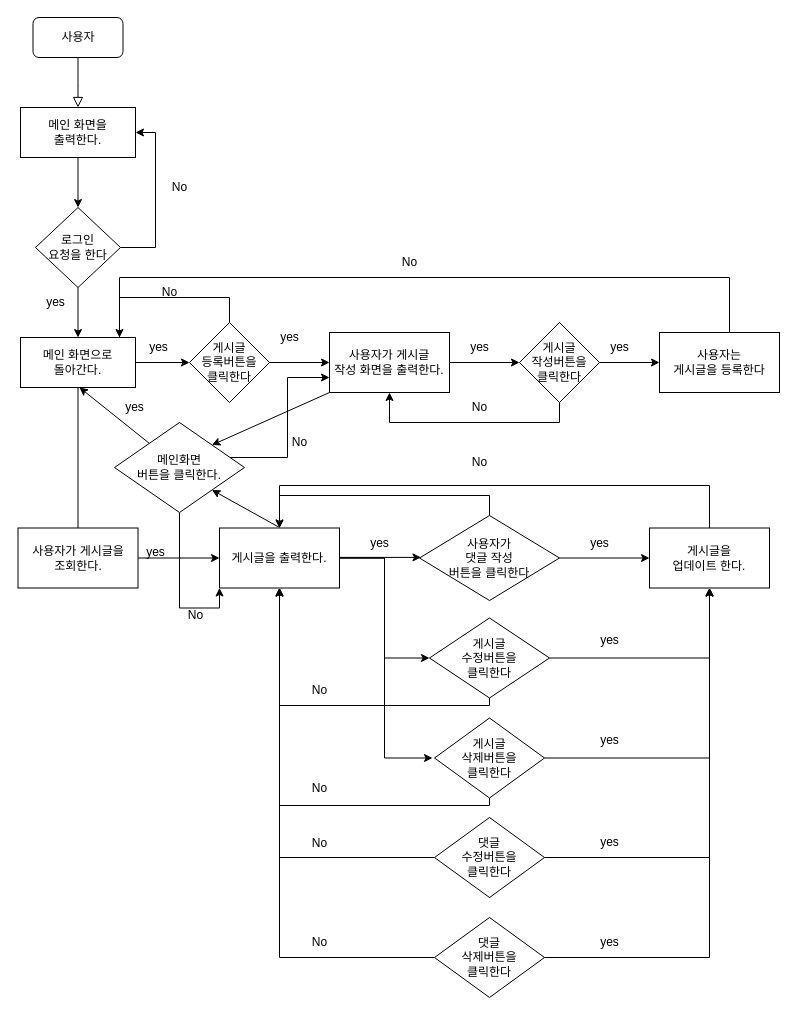
Earlier version of the draw.io diagram specifications/codeReview순서도.drawio (jijongkwon/softwareEngineering). Source tidied: cells renumbered, new cells numbered last; positions are measured from the earlier drawing's top-left corner, leaving out a move shared by most shapes. Both pictures are drawn from the tidied source at 100%, with x=0, y=0 at pixel (17, 17).
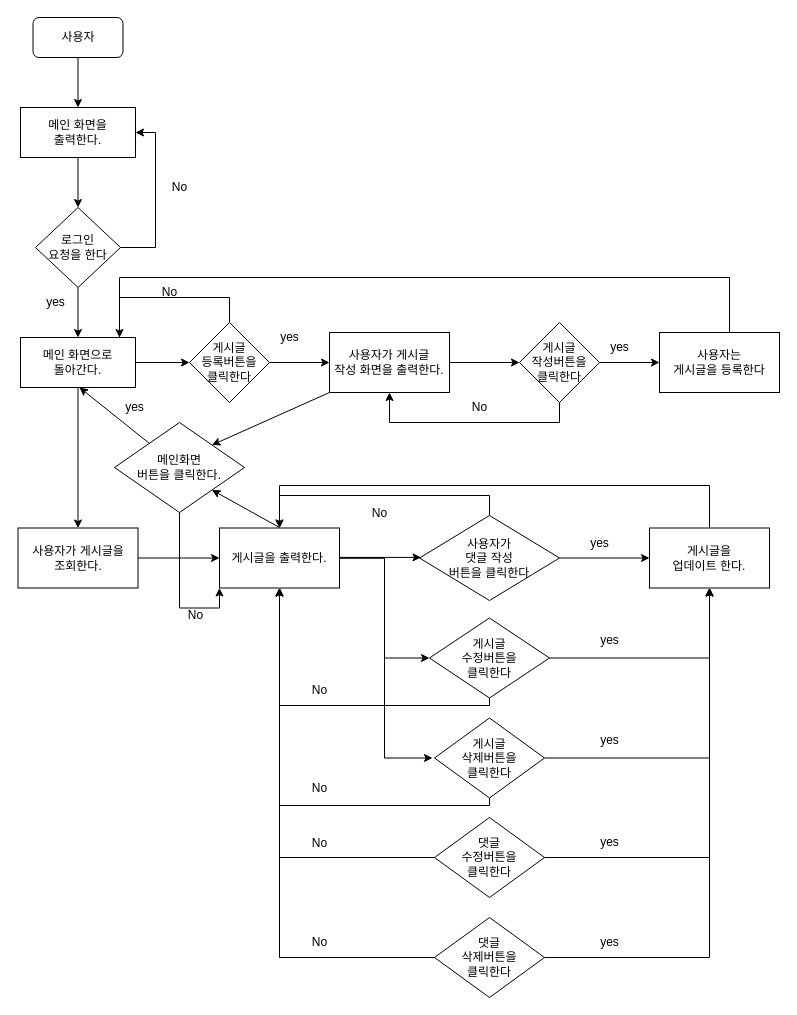
The same page after the edit.

Commit message:
codeReview순서도.drawio 업데이트

Unchanged cells that the change refers to:
```xml
<mxCell id="3" value="사용자" style="rounded=1;whiteSpace=wrap;html=1;fontSize=12;glass=0;strokeWidth=1;shadow=0;" parent="1" vertex="1">
  <mxGeometry x="15.5" width="90" height="40" as="geometry" />
</mxCell>
<mxCell id="6" value="메인 화면을&lt;br&gt;출력한다." style="rounded=0;whiteSpace=wrap;html=1;" parent="1" vertex="1">
  <mxGeometry x="3" y="90" width="115" height="50" as="geometry" />
</mxCell>
<mxCell id="11" value="메인 화면으로&lt;br&gt;돌아간다." style="rounded=0;whiteSpace=wrap;html=1;" parent="1" vertex="1">
  <mxGeometry x="3" y="320" width="115" height="50" as="geometry" />
</mxCell>
<mxCell id="16" value="사용자가 게시글&lt;br&gt;작성 화면을 출력한다." style="rounded=0;whiteSpace=wrap;html=1;" parent="1" vertex="1">
  <mxGeometry x="312" y="315" width="120" height="60" as="geometry" />
</mxCell>
<mxCell id="18" value="사용자가 게시글을&lt;br&gt;조회한다." style="rounded=0;whiteSpace=wrap;html=1;" parent="1" vertex="1">
  <mxGeometry x="0.5" y="510.5" width="120" height="60" as="geometry" />
</mxCell>
<mxCell id="61" value="&lt;font style=&quot;font-size: 12px;&quot;&gt;메인화면&lt;br style=&quot;font-size: 12px;&quot;&gt;버튼을 클릭한다.&lt;/font&gt;" style="rhombus;whiteSpace=wrap;html=1;labelBackgroundColor=none;fontSize=12;" parent="1" vertex="1">
  <mxGeometry x="97" y="405" width="130" height="90" as="geometry" />
</mxCell>
```

The edit, as a diff of the source:
```diff
@@
-    <mxCell id="2" style="rounded=0;html=1;jettySize=auto;fontSize=11;endArrow=block;endFill=0;endSize=8;strokeWidth=1;shadow=0;labelBackgroundColor=none;edgeStyle=orthogonalEdgeStyle;" parent="1" edge="1" source="3">
-      <mxGeometry relative="1" as="geometry">
-        <mxPoint x="60.5" y="90" as="targetPoint" />
-      </mxGeometry>
-    </mxCell>
+    <mxCell id="75" style="edgeStyle=orthogonalEdgeStyle;rounded=0;jettySize=auto;html=1;" parent="1" edge="1" source="3" target="6">
+      <mxGeometry relative="1" as="geometry" />
+    </mxCell>
@@
-    <mxCell id="10" style="edgeStyle=none;rounded=0;jettySize=auto;html=1;fontSize=18;startArrow=none;startFill=0;endArrow=none;endFill=0;" parent="1" edge="1" source="11" target="18">
+    <mxCell id="10" style="edgeStyle=none;rounded=0;jettySize=auto;html=1;fontSize=18;startArrow=none;startFill=0;endArrow=classic;endFill=1;" parent="1" edge="1" source="11" target="18">
       <mxGeometry relative="1" as="geometry" />
     </mxCell>
@@
-    <mxCell id="43" value="yes" style="text;html=1;align=center;verticalAlign=middle;strokeColor=none;fillColor=none;" parent="1" vertex="1">
-      <mxGeometry x="120.5" y="315" width="40" height="30" as="geometry" />
-    </mxCell>
@@
-    <mxCell id="45" value="yes" style="text;html=1;align=center;verticalAlign=middle;strokeColor=none;fillColor=none;" parent="1" vertex="1">
-      <mxGeometry x="442" y="315" width="40" height="30" as="geometry" />
-    </mxCell>
@@
-    <mxCell id="47" value="yes" style="text;html=1;align=center;verticalAlign=middle;strokeColor=none;fillColor=none;" parent="1" vertex="1">
-      <mxGeometry x="342" y="510.5" width="40" height="30" as="geometry" />
-    </mxCell>
@@
-    <mxCell id="50" value="yes" style="text;html=1;align=center;verticalAlign=middle;strokeColor=none;fillColor=none;" parent="1" vertex="1">
-      <mxGeometry x="118" y="520" width="40" height="30" as="geometry" />
-    </mxCell>
@@
-    <mxCell id="52" value="No" style="text;html=1;align=center;verticalAlign=middle;strokeColor=none;fillColor=none;" parent="1" vertex="1">
-      <mxGeometry x="372" y="230" width="40" height="30" as="geometry" />
-    </mxCell>
@@
-    <mxCell id="55" value="No" style="text;html=1;align=center;verticalAlign=middle;strokeColor=none;fillColor=none;" parent="1" vertex="1">
-      <mxGeometry x="442" y="430" width="40" height="30" as="geometry" />
-    </mxCell>
@@
-    <mxCell id="59" style="edgeStyle=orthogonalEdgeStyle;rounded=0;jettySize=auto;html=1;fontSize=12;startArrow=none;startFill=0;endArrow=classic;endFill=1;entryX=0;entryY=0.75;entryDx=0;entryDy=0;" parent="1" edge="1" source="61" target="16">
-      <mxGeometry relative="1" as="geometry">
-        <Array as="points">
-          <mxPoint x="270" y="440" />
-          <mxPoint x="270" y="360" />
-        </Array>
-      </mxGeometry>
-    </mxCell>
@@
-    <mxCell id="64" value="No" style="text;html=1;align=center;verticalAlign=middle;strokeColor=none;fillColor=none;" parent="1" vertex="1">
-      <mxGeometry x="262" y="410" width="40" height="30" as="geometry" />
-    </mxCell>
@@
+    <mxCell id="76" value="No" style="text;html=1;align=center;verticalAlign=middle;strokeColor=none;fillColor=none;" parent="1" vertex="1">
+      <mxGeometry x="342" y="480.5" width="40" height="30" as="geometry" />
+    </mxCell>
```
